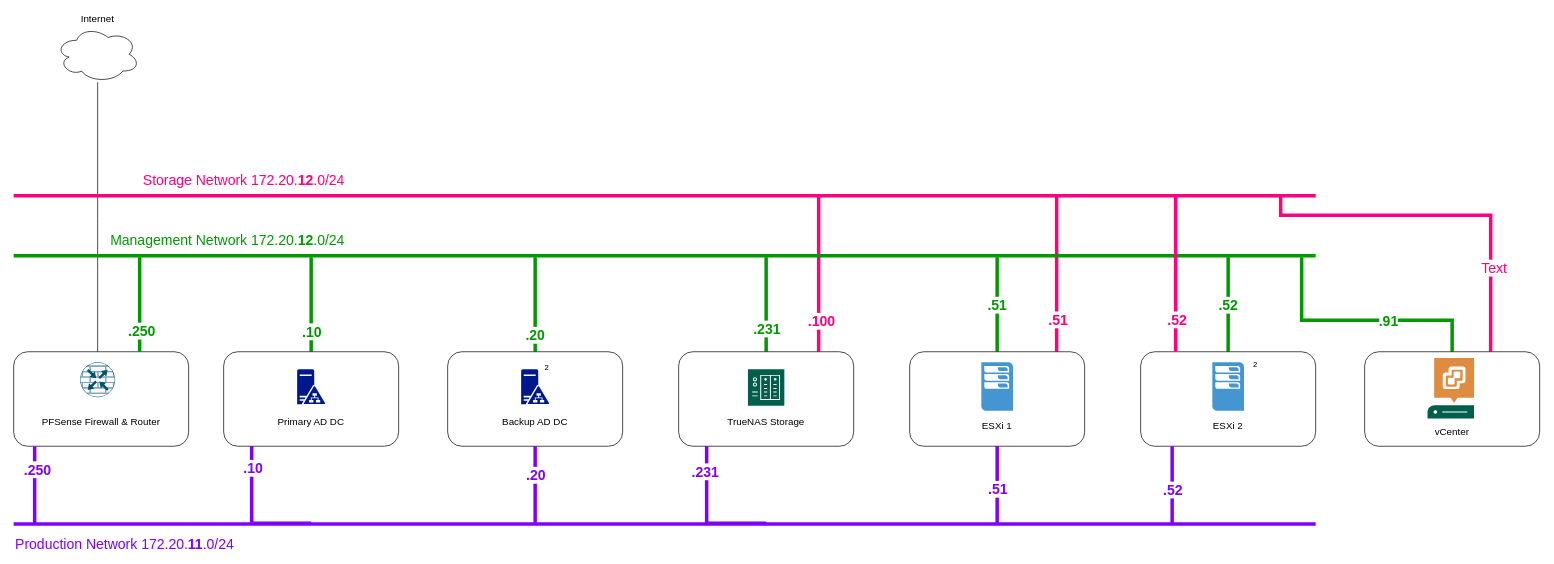
This is GelosVMWareEnvironment.drawio from TechWiz-3/Network-Diagrams, a draw.io file, before an edit. Source tidied: cells renumbered, new cells numbered last; positions are measured from the earlier drawing's top-left corner, leaving out a move shared by most shapes. Both pictures are drawn from the tidied source at 70%, with x=0, y=0 at pixel (13, 26).
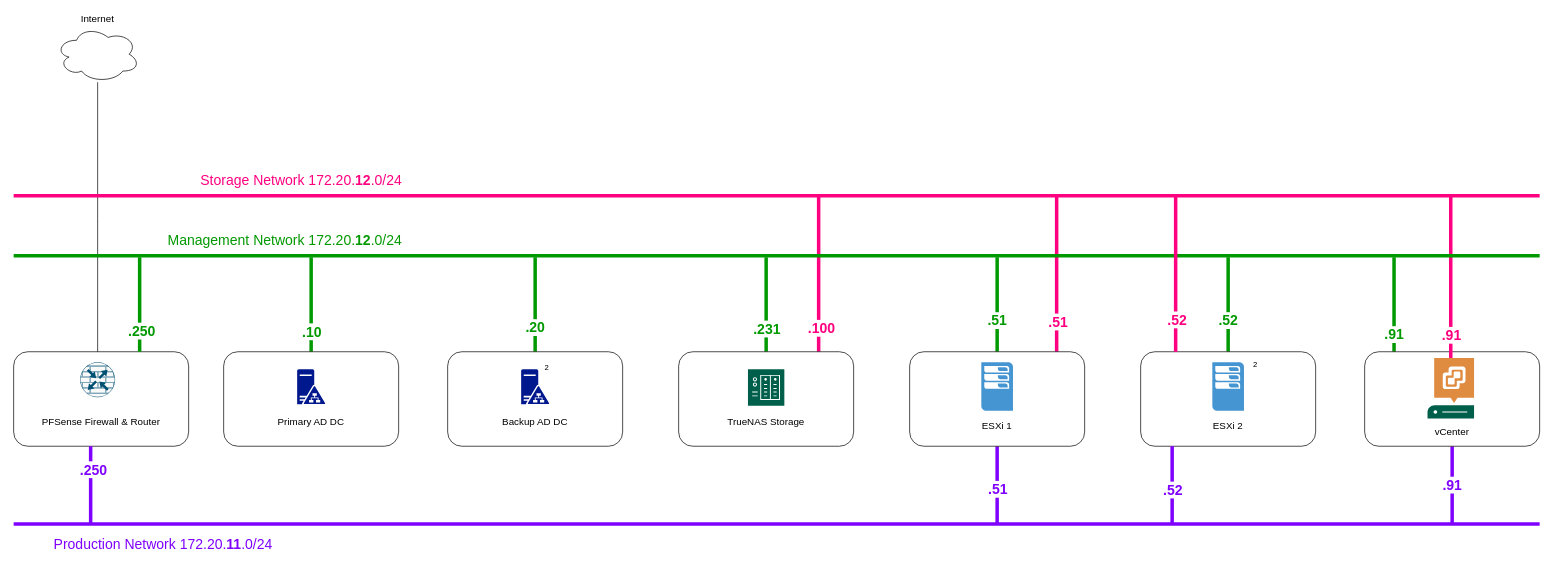
The same diagram, later.

The change refers to these unchanged cells:
```xml
<mxCell id="7" style="rounded=1;whiteSpace=wrap;html=1;fontSize=14;" parent="1" vertex="1">
  <mxGeometry x="1930" y="465" width="250" height="135" as="geometry" />
</mxCell>
<mxCell id="10" style="rounded=1;whiteSpace=wrap;html=1;fontSize=14;" parent="1" vertex="1">
  <mxGeometry x="1610" y="465" width="250" height="135" as="geometry" />
</mxCell>
<mxCell id="15" style="edgeStyle=orthogonalEdgeStyle;rounded=0;jettySize=auto;html=1;strokeColor=#FF0080;strokeWidth=5;fontSize=20;fontColor=#FF0080;endArrow=none;endFill=0;" parent="1" edge="1" source="17">
  <mxGeometry relative="1" as="geometry">
    <mxPoint x="1490" y="240" as="targetPoint" />
    <Array as="points">
      <mxPoint x="1490" y="240" />
    </Array>
  </mxGeometry>
</mxCell>
<mxCell id="17" style="rounded=1;whiteSpace=wrap;html=1;fontSize=14;" parent="1" vertex="1">
  <mxGeometry x="1280" y="465" width="250" height="135" as="geometry" />
</mxCell>
<mxCell id="22" style="edgeStyle=orthogonalEdgeStyle;rounded=0;jettySize=auto;html=1;strokeColor=#FF0080;strokeWidth=5;fontSize=20;fontColor=#FF0080;endArrow=none;endFill=0;" parent="1" edge="1" source="24">
  <mxGeometry relative="1" as="geometry">
    <mxPoint x="1150" y="240" as="targetPoint" />
    <Array as="points">
      <mxPoint x="1150" y="250" />
    </Array>
  </mxGeometry>
</mxCell>
<mxCell id="24" style="rounded=1;whiteSpace=wrap;html=1;fontSize=14;" parent="1" vertex="1">
  <mxGeometry x="950" y="465" width="250" height="135" as="geometry" />
</mxCell>
<mxCell id="28" style="rounded=1;whiteSpace=wrap;html=1;fontSize=14;" parent="1" vertex="1">
  <mxGeometry x="620" y="465" width="250" height="135" as="geometry" />
</mxCell>
<mxCell id="33" style="rounded=1;whiteSpace=wrap;html=1;fontSize=14;" parent="1" vertex="1">
  <mxGeometry x="300" y="465" width="250" height="135" as="geometry" />
</mxCell>
<mxCell id="49" style="sketch=0;shadow=0;dashed=0;html=1;strokeColor=none;fillColor=#005F4B;labelPosition=center;verticalLabelPosition=bottom;verticalAlign=top;align=center;outlineConnect=0;shape=mxgraph.veeam2.vcenter_server;fontSize=11;" parent="1" vertex="1">
  <mxGeometry x="2019.8" y="474" width="66.5" height="86.4" as="geometry" />
</mxCell>
```

The edit, as a diff of the source:
```diff
@@
-    <mxCell id="3" style="edgeStyle=orthogonalEdgeStyle;rounded=0;jettySize=auto;html=1;strokeColor=#009900;strokeWidth=5;fontSize=20;fontColor=#009900;endArrow=none;endFill=0;" parent="1" edge="1" source="7">
-      <mxGeometry relative="1" as="geometry">
-        <mxPoint x="1840" y="330" as="targetPoint" />
-        <Array as="points">
-          <mxPoint x="2055" y="420" />
-          <mxPoint x="1840" y="420" />
-        </Array>
-      </mxGeometry>
-    </mxCell>
-    <mxCell id="4" value="&lt;b&gt;.91&lt;/b&gt;" style="edgeLabel;html=1;align=center;verticalAlign=middle;fontSize=20;fontColor=#009900;" parent="3" vertex="1">
-      <mxGeometry x="-0.22" y="6" relative="1" as="geometry">
-        <mxPoint y="-6" as="offset" />
-      </mxGeometry>
-    </mxCell>
-    <mxCell id="5" style="edgeStyle=orthogonalEdgeStyle;rounded=0;jettySize=auto;html=1;strokeColor=#FF0080;strokeWidth=5;fontSize=20;fontColor=#FF0080;endArrow=none;endFill=0;" parent="1" edge="1" source="7">
-      <mxGeometry relative="1" as="geometry">
-        <mxPoint x="1810" y="240" as="targetPoint" />
-        <Array as="points">
-          <mxPoint x="2110" y="270" />
-          <mxPoint x="1810" y="270" />
-        </Array>
-      </mxGeometry>
-    </mxCell>
-    <mxCell id="6" value="Text" style="edgeLabel;html=1;align=center;verticalAlign=middle;fontSize=20;fontColor=#FF0080;" parent="5" vertex="1">
-      <mxGeometry x="-0.54" y="-4" relative="1" as="geometry" />
-    </mxCell>
+    <mxCell id="61" value="&lt;font color=&quot;#7F00FF&quot;&gt;&lt;b&gt;.91&lt;/b&gt;&lt;br&gt;&lt;/font&gt;" style="edgeStyle=orthogonalEdgeStyle;rounded=0;jettySize=auto;html=1;strokeColor=#7F00FF;strokeWidth=5;fontSize=20;fontColor=#FF0080;endArrow=none;endFill=0;" parent="1" edge="1" source="7">
+      <mxGeometry relative="1" as="geometry">
+        <mxPoint x="2055" y="710" as="targetPoint" />
+      </mxGeometry>
+    </mxCell>
+    <mxCell id="62" value="&lt;font color=&quot;#009900&quot;&gt;.91&lt;br&gt;&lt;/font&gt;" style="edgeStyle=orthogonalEdgeStyle;rounded=0;orthogonalLoop=1;jettySize=auto;html=1;strokeColor=#009900;strokeWidth=5;fontSize=20;fontColor=#7F00FF;endArrow=none;endFill=0;fontStyle=1;" parent="1" edge="1">
+      <mxGeometry x="-0.63" relative="1" as="geometry">
+        <mxPoint x="1972" y="465" as="sourcePoint" />
+        <mxPoint x="1972" y="330" as="targetPoint" />
+        <Array as="points">
+          <mxPoint x="1972" y="430" />
+          <mxPoint x="1972" y="430" />
+        </Array>
+      </mxGeometry>
+    </mxCell>
@@
     <mxCell id="9" value="&lt;b&gt;.52&lt;/b&gt;" style="edgeStyle=orthogonalEdgeStyle;rounded=0;jettySize=auto;html=1;strokeColor=#009900;strokeWidth=5;fontSize=20;fontColor=#009900;endArrow=none;endFill=0;" parent="1" edge="1" source="10">
-      <mxGeometry relative="1" as="geometry">
+      <mxGeometry x="-0.33" relative="1" as="geometry">
         <mxPoint x="1735" y="330" as="targetPoint" />
+        <Array as="points">
+          <mxPoint x="1735" y="400" />
+          <mxPoint x="1735" y="400" />
+        </Array>
       </mxGeometry>
     </mxCell>
@@
     <mxCell id="14" value="&lt;b&gt;.51&lt;/b&gt;" style="edgeStyle=orthogonalEdgeStyle;rounded=0;jettySize=auto;html=1;strokeColor=#009900;strokeWidth=5;fontSize=20;fontColor=#009900;endArrow=none;endFill=0;" parent="1" edge="1" source="17">
-      <mxGeometry relative="1" as="geometry">
+      <mxGeometry x="-0.33" relative="1" as="geometry">
         <mxPoint x="1405" y="330" as="targetPoint" />
       </mxGeometry>
     </mxCell>
@@
     <mxCell id="16" value="&lt;b&gt;.51&lt;/b&gt;" style="edgeLabel;html=1;align=center;verticalAlign=middle;fontSize=20;fontColor=#FF0080;" parent="15" vertex="1">
-      <mxGeometry x="-0.58" y="-1" relative="1" as="geometry" />
+      <mxGeometry x="-0.58" y="-1" relative="1" as="geometry">
+        <mxPoint y="3" as="offset" />
+      </mxGeometry>
     </mxCell>
@@
-    <mxCell id="18" style="edgeStyle=orthogonalEdgeStyle;rounded=0;jettySize=auto;html=1;strokeColor=#7F00FF;strokeWidth=5;fontSize=20;fontColor=#7F00FF;endArrow=none;endFill=0;fontStyle=1;" parent="1" edge="1" source="24">
-      <mxGeometry relative="1" as="geometry">
-        <mxPoint x="1075" y="710" as="targetPoint" />
-        <Array as="points">
-          <mxPoint x="990" y="710" />
-        </Array>
-      </mxGeometry>
-    </mxCell>
-    <mxCell id="19" value="&lt;b&gt;.231&lt;/b&gt;" style="edgeLabel;html=1;align=center;verticalAlign=middle;fontSize=20;fontColor=#7F00FF;" parent="18" vertex="1">
-      <mxGeometry x="-0.15" y="3" relative="1" as="geometry">
-        <mxPoint x="-6" y="-48" as="offset" />
-      </mxGeometry>
-    </mxCell>
@@
     <mxCell id="23" value="&lt;b&gt;.100&lt;/b&gt;" style="edgeLabel;html=1;align=center;verticalAlign=middle;fontSize=20;fontColor=#FF0080;" parent="22" vertex="1">
-      <mxGeometry x="-0.6" y="-3" relative="1" as="geometry" />
+      <mxGeometry x="-0.6" y="-3" relative="1" as="geometry">
+        <mxPoint y="10" as="offset" />
+      </mxGeometry>
     </mxCell>
@@
-    <mxCell id="25" style="edgeStyle=orthogonalEdgeStyle;rounded=0;jettySize=auto;html=1;strokeColor=#7F00FF;strokeWidth=5;fontSize=20;fontColor=#7F00FF;endArrow=none;endFill=0;" parent="1" edge="1" source="28">
-      <mxGeometry relative="1" as="geometry">
-        <mxPoint x="745" y="710" as="targetPoint" />
-      </mxGeometry>
-    </mxCell>
-    <mxCell id="26" value="&lt;b&gt;.20&lt;/b&gt;" style="edgeLabel;html=1;align=center;verticalAlign=middle;fontSize=20;fontColor=#7F00FF;" parent="25" vertex="1">
-      <mxGeometry x="-0.28" y="10" relative="1" as="geometry">
-        <mxPoint x="-10" as="offset" />
-      </mxGeometry>
-    </mxCell>
     <mxCell id="27" value="&lt;b&gt;.20&lt;/b&gt;" style="edgeStyle=orthogonalEdgeStyle;rounded=0;orthogonalLoop=1;jettySize=auto;html=1;strokeColor=#009900;strokeWidth=5;fontSize=20;fontColor=#009900;endArrow=none;endFill=0;" parent="1" edge="1">
-      <mxGeometry x="-0.63" relative="1" as="geometry">
+      <mxGeometry x="-0.48" relative="1" as="geometry">
         <mxPoint x="745" y="465" as="sourcePoint" />
         <mxPoint x="745" y="330" as="targetPoint" />
-        <mxPoint y="1" as="offset" />
       </mxGeometry>
     </mxCell>
@@
-    <mxCell id="29" style="edgeStyle=orthogonalEdgeStyle;rounded=0;jettySize=auto;html=1;strokeColor=#7F00FF;strokeWidth=5;fontSize=20;fontColor=#7F00FF;endArrow=none;endFill=0;" parent="1" edge="1" source="33">
-      <mxGeometry relative="1" as="geometry">
-        <mxPoint x="425" y="710" as="targetPoint" />
-        <Array as="points">
-          <mxPoint x="340" y="710" />
-        </Array>
-      </mxGeometry>
-    </mxCell>
-    <mxCell id="30" value="&lt;b&gt;.10&lt;/b&gt;" style="edgeLabel;html=1;align=center;verticalAlign=middle;fontSize=20;fontColor=#7F00FF;" parent="29" vertex="1">
-      <mxGeometry x="-0.28" y="8" relative="1" as="geometry">
-        <mxPoint x="-7" y="-40" as="offset" />
-      </mxGeometry>
-    </mxCell>
@@
+    <mxCell id="63" style="edgeStyle=orthogonalEdgeStyle;rounded=0;jettySize=auto;html=1;strokeColor=#FF0080;strokeWidth=5;fontSize=20;fontColor=#009900;endArrow=none;endFill=0;" parent="1" edge="1" source="49">
+      <mxGeometry relative="1" as="geometry">
+        <mxPoint x="2053" y="240" as="targetPoint" />
+        <Array as="points">
+          <mxPoint x="2053" y="250" />
+        </Array>
+      </mxGeometry>
+    </mxCell>
+    <mxCell id="64" value="&lt;font color=&quot;#FF0080&quot;&gt;&lt;b&gt;.91&lt;/b&gt;&lt;/font&gt;" style="edgeLabel;html=1;align=center;verticalAlign=middle;fontSize=20;fontColor=#009900;" parent="63" vertex="1">
+      <mxGeometry x="0.82" y="-1" relative="1" as="geometry">
+        <mxPoint x="-1" y="179" as="offset" />
+      </mxGeometry>
+    </mxCell>
@@
     <mxCell id="50" value="Production Network 172.20.&lt;b&gt;11&lt;/b&gt;.0/24" style="endArrow=none;html=1;rounded=0;fontSize=20;fontColor=#7F00FF;strokeColor=#7F00FF;strokeWidth=5;labelPosition=left;verticalLabelPosition=bottom;align=right;verticalAlign=top;" parent="1" edge="1">
       <mxGeometry x="-0.66" y="-10" relative="1" as="geometry">
         <mxPoint y="711" as="sourcePoint" />
-        <mxPoint x="1860" y="711" as="targetPoint" />
+        <mxPoint x="2180" y="711" as="targetPoint" />
       </mxGeometry>
     </mxCell>
     <mxCell id="51" style="endArrow=none;html=1;rounded=0;strokeColor=#7F00FF;strokeWidth=5;fontSize=20;fontColor=#7F00FF;entryX=0.44;entryY=1;entryDx=0;entryDy=0;entryPerimeter=0;" parent="1" edge="1">
       <mxGeometry relative="1" as="geometry">
-        <mxPoint x="30" y="710" as="sourcePoint" />
-        <mxPoint x="30" y="600" as="targetPoint" />
+        <mxPoint x="110" y="710" as="sourcePoint" />
+        <mxPoint x="110" y="600" as="targetPoint" />
       </mxGeometry>
     </mxCell>
@@
     <mxCell id="55" value="Management Network 172.20.&lt;b&gt;12&lt;/b&gt;.0/24" style="endArrow=none;html=1;rounded=0;fontSize=20;fontColor=#009900;strokeColor=#009900;strokeWidth=5;labelPosition=left;verticalLabelPosition=top;align=right;verticalAlign=bottom;" parent="1" edge="1">
       <mxGeometry x="-0.49" y="8" relative="1" as="geometry">
         <mxPoint y="328" as="sourcePoint" />
-        <mxPoint x="1860" y="328" as="targetPoint" />
+        <mxPoint x="2180" y="328" as="targetPoint" />
       </mxGeometry>
     </mxCell>
@@
     <mxCell id="58" value="Storage Network 172.20.&lt;b&gt;12&lt;/b&gt;.0/24" style="endArrow=none;html=1;rounded=0;fontSize=20;fontColor=#FF0080;strokeColor=#FF0080;strokeWidth=5;labelPosition=left;verticalLabelPosition=top;align=right;verticalAlign=bottom;" parent="1" edge="1">
       <mxGeometry x="-0.49" y="8" relative="1" as="geometry">
         <mxPoint y="242" as="sourcePoint" />
-        <mxPoint x="1860" y="242" as="targetPoint" />
+        <mxPoint x="2180" y="242" as="targetPoint" />
       </mxGeometry>
     </mxCell>
```
